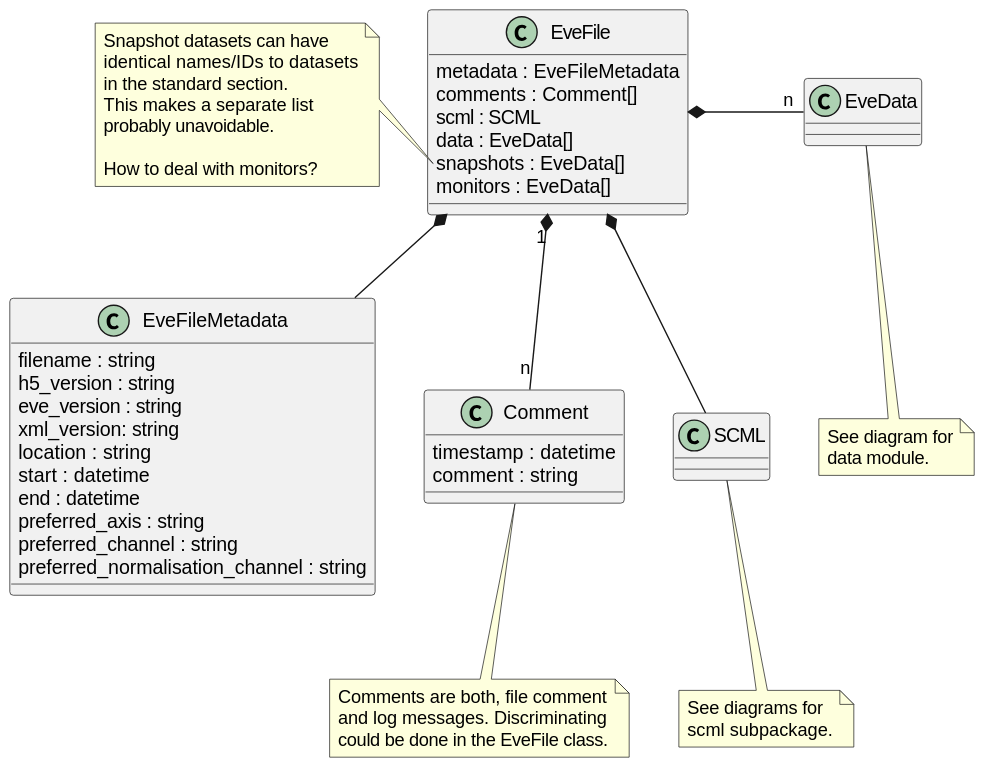
Before: docs/uml/evedata.evefile.file.svg, a diagram exported from PlantUML (tillbiskup/evedata).
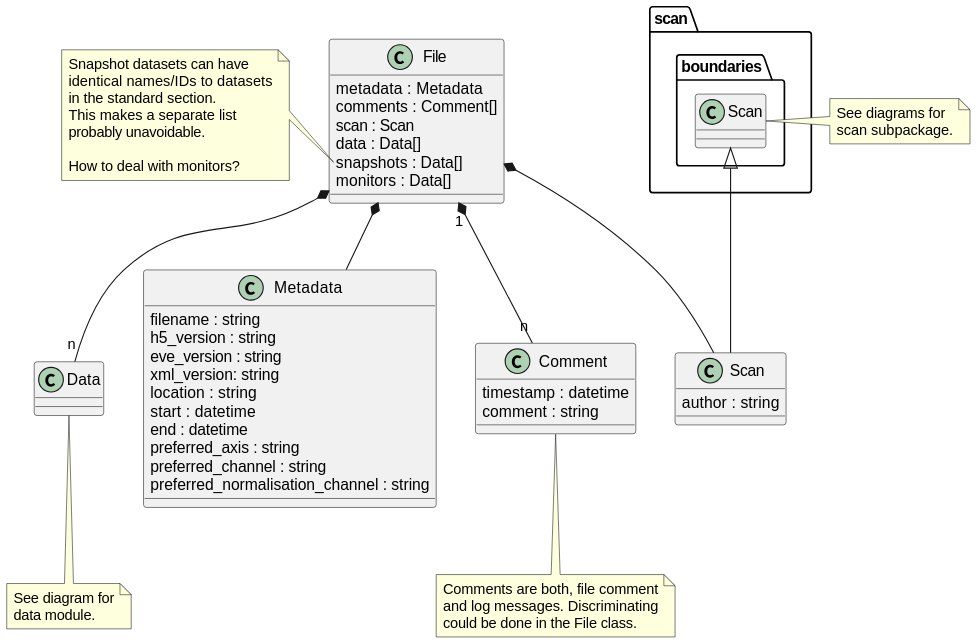
After the change.

Change to the diagram source:
```diff
@@ -1,13 +1,13 @@
 @startuml
-class EveFile {
-    metadata : EveFileMetadata
+class File {
+    metadata : Metadata
     comments : Comment[]
-    scml : SCML
-    data : EveData[]
-    snapshots : EveData[]
-    monitors : EveData[]
+    scan : Scan
+    data : Data[]
+    snapshots : Data[]
+    monitors : Data[]
 }
-note left of EveFile::snapshots
+note left of File::snapshots
     Snapshot datasets can have
     identical names/IDs to datasets
     in the standard section.
@@ -17,10 +17,10 @@
     How to deal with monitors?
 end note
 
-EveFile *- "n" EveData
+File *-- "n" Data
 note bottom: See diagram for\ndata module.
 
-class EveFileMetadata{
+class Metadata{
     filename : string
     h5_version : string
     eve_version : string
@@ -37,13 +37,18 @@
     timestamp : datetime
     comment : string
 }
-note bottom: Comments are both, file comment\nand log messages. Discriminating\ncould be done in the EveFile class.
+note bottom of Comment
+    Comments are both, file comment
+    and log messages. Discriminating
+    could be done in the File class.
+end note
 
-class SCML {
+class Scan extends scan.boundaries.Scan {
+    author : string
 }
-note bottom: See diagrams for\nscml subpackage.
+note right: See diagrams for\nscan subpackage.
 
-EveFile *-- EveFileMetadata
-EveFile "1" *-- "n" Comment
-EveFile *-- SCML
+File *-- Metadata
+File "1" *-- "n" Comment
+File *-- Scan
 @enduml
```
